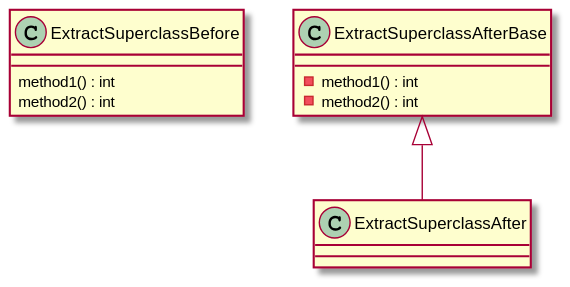
Earlier version of the PlantUML export uml/Extract/ExtractSuperclass.svg (claremacrae/RefactoringSamples). The source it was exported from:
```plantuml
@startuml
class ExtractSuperclassBefore {
    method1() : int
    method2() : int
}
class ExtractSuperclassAfterBase {
    - method1() : int
    - method2() : int
}
class ExtractSuperclassAfter {
}
ExtractSuperclassAfterBase <|-- ExtractSuperclassAfter
@enduml
```
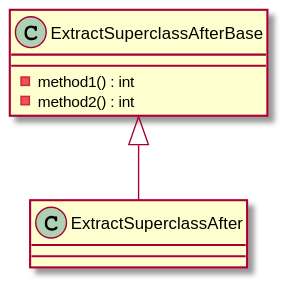
After the change.

Commit message:
Move ExtractSuperclassBefore out to its own file

What changed in the source:
```diff
@@ -1,8 +1,4 @@
 @startuml
-class ExtractSuperclassBefore {
-    method1() : int
-    method2() : int
-}
 class ExtractSuperclassAfterBase {
     - method1() : int
     - method2() : int
```
